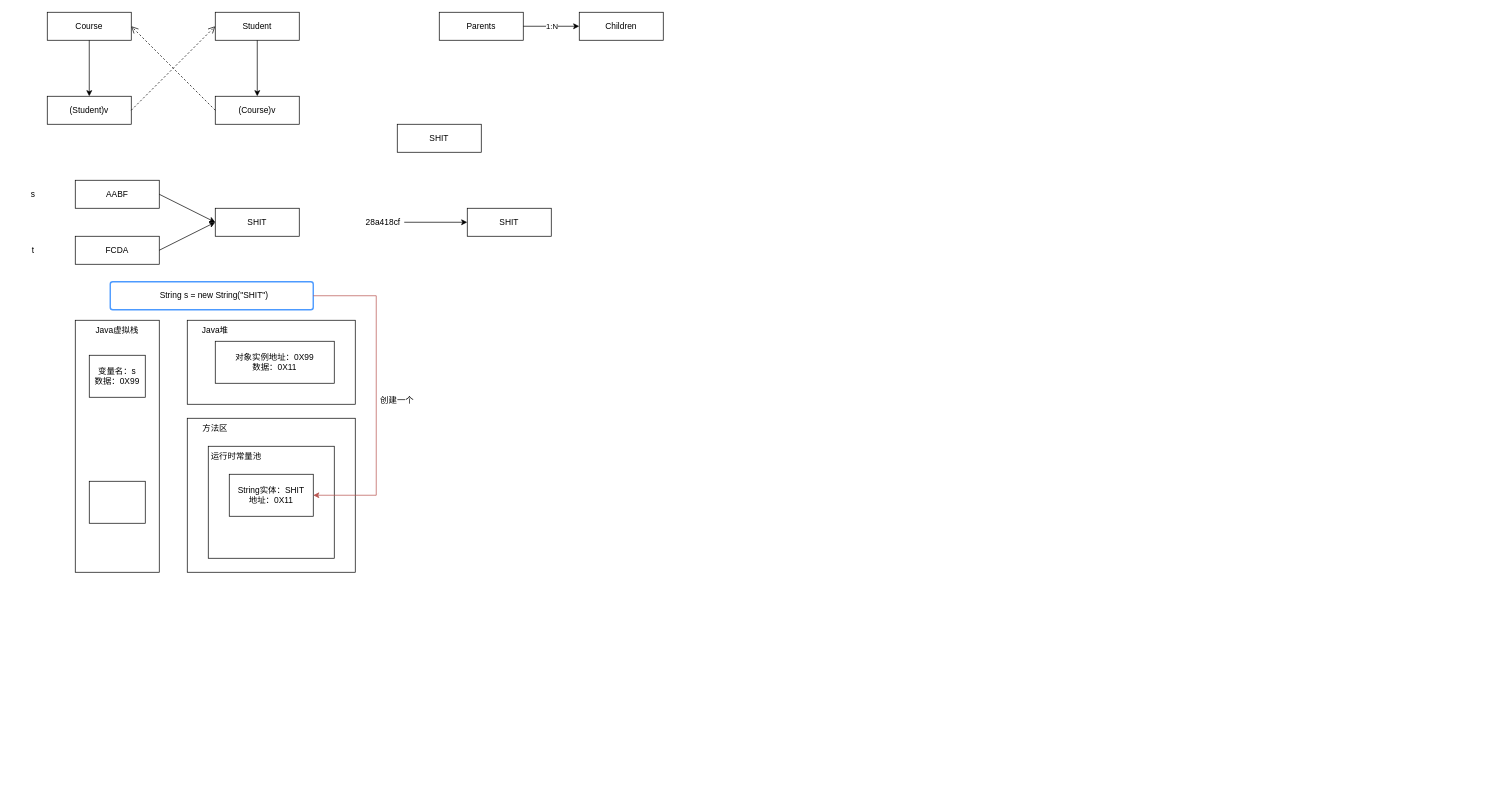
minhuomin/minhuomin.github keeps this draw.io diagram as DatabaseModel.drawio. Above is the earlier version. Source tidied: cells renumbered, new cells numbered last; positions are measured from the earlier drawing's top-left corner, leaving out a move shared by most shapes. Both pictures are drawn from the tidied source at 70%, with x=0, y=0 at pixel (12, 12).
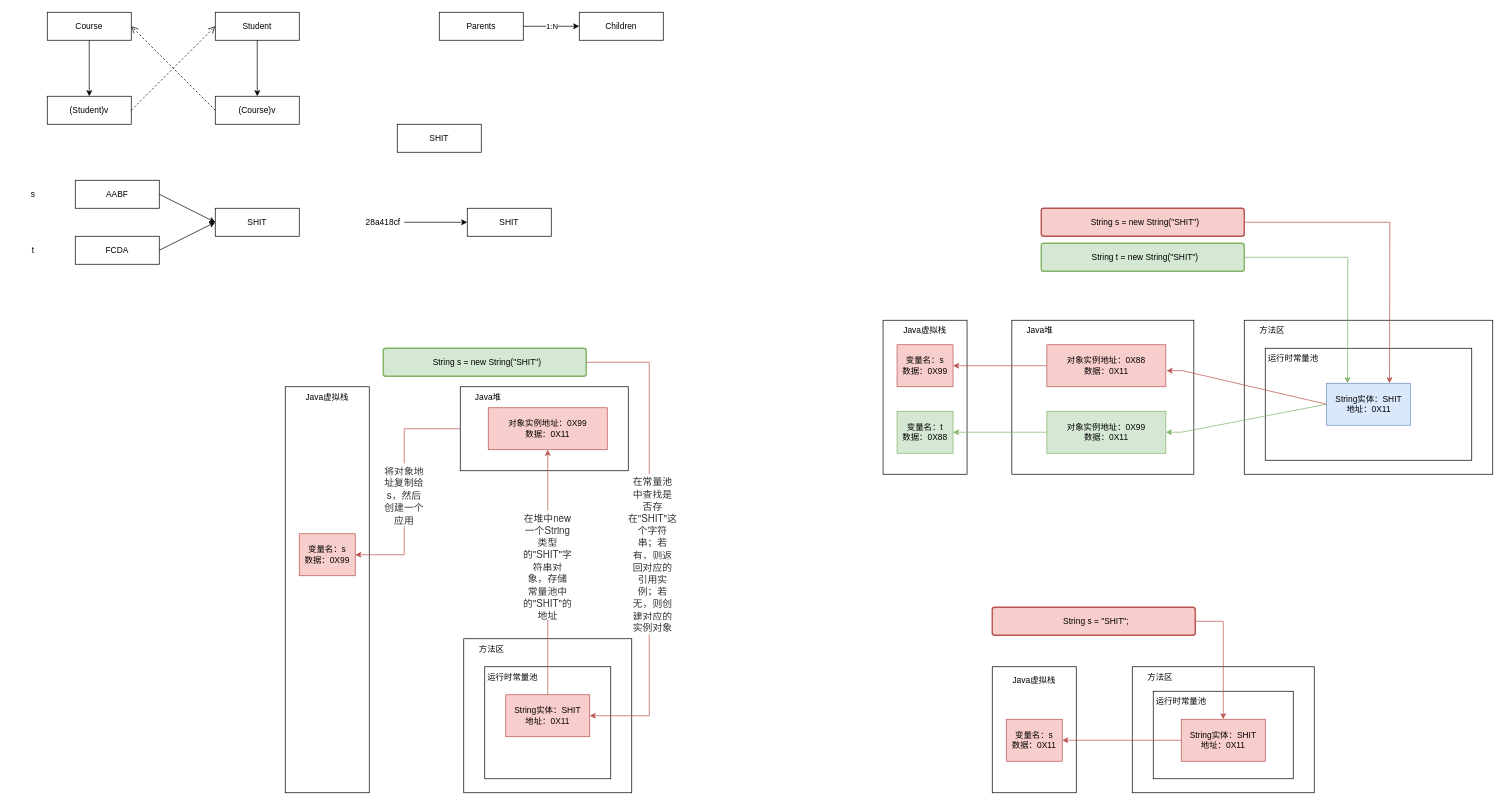
After the change.

Diff of the diagram source:
```diff
@@
     <mxCell id="25" style="rounded=0;whiteSpace=wrap;html=1;" parent="1" vertex="1">
-      <mxGeometry x="90" y="440" width="120" height="360" as="geometry" />
+      <mxGeometry x="390" y="535" width="120" height="580" as="geometry" />
     </mxCell>
     <mxCell id="26" value="Java虚拟栈" style="text;html=1;strokeColor=none;fillColor=none;align=center;verticalAlign=middle;whiteSpace=wrap;rounded=0;" parent="1" vertex="1">
-      <mxGeometry x="110" y="440" width="80" height="30" as="geometry" />
+      <mxGeometry x="410" y="535" width="80" height="30" as="geometry" />
     </mxCell>
     <mxCell id="27" style="rounded=0;whiteSpace=wrap;html=1;" parent="1" vertex="1">
-      <mxGeometry x="250" y="440" width="240" height="120" as="geometry" />
+      <mxGeometry x="640" y="535" width="240" height="120" as="geometry" />
     </mxCell>
     <mxCell id="28" style="rounded=0;whiteSpace=wrap;html=1;" parent="1" vertex="1">
-      <mxGeometry x="250" y="580" width="240" height="220" as="geometry" />
+      <mxGeometry x="645" y="895" width="240" height="220" as="geometry" />
     </mxCell>
     <mxCell id="29" value="Java堆" style="text;html=1;strokeColor=none;fillColor=none;align=center;verticalAlign=middle;whiteSpace=wrap;rounded=0;" parent="1" vertex="1">
-      <mxGeometry x="250" y="440" width="80" height="30" as="geometry" />
+      <mxGeometry x="640" y="535" width="80" height="30" as="geometry" />
     </mxCell>
     <mxCell id="30" value="方法区" style="text;html=1;strokeColor=none;fillColor=none;align=center;verticalAlign=middle;whiteSpace=wrap;rounded=0;" parent="1" vertex="1">
-      <mxGeometry x="250" y="580" width="80" height="30" as="geometry" />
+      <mxGeometry x="645" y="895" width="80" height="30" as="geometry" />
     </mxCell>
     <mxCell id="31" style="rounded=0;whiteSpace=wrap;html=1;" parent="1" vertex="1">
-      <mxGeometry x="280" y="620" width="180" height="160" as="geometry" />
+      <mxGeometry x="675" y="935" width="180" height="160" as="geometry" />
     </mxCell>
     <mxCell id="32" value="运行时常量池" style="text;html=1;strokeColor=none;fillColor=none;align=center;verticalAlign=middle;whiteSpace=wrap;rounded=0;" parent="1" vertex="1">
-      <mxGeometry x="280" y="620" width="80" height="30" as="geometry" />
+      <mxGeometry x="675" y="935" width="80" height="30" as="geometry" />
     </mxCell>
-    <mxCell id="33" style="rounded=0;whiteSpace=wrap;html=1;" parent="1" vertex="1">
-      <mxGeometry x="110" y="670" width="80" height="60" as="geometry" />
-    </mxCell>
-    <mxCell id="34" value="变量名：s&lt;br&gt;数据：0X99" style="rounded=0;whiteSpace=wrap;html=1;" parent="1" vertex="1">
-      <mxGeometry x="110" y="490" width="80" height="60" as="geometry" />
+    <mxCell id="34" value="变量名：s&lt;br&gt;数据：0X99" style="rounded=0;whiteSpace=wrap;html=1;fillColor=#f8cecc;strokeColor=#b85450;" parent="1" vertex="1">
+      <mxGeometry x="410" y="745" width="80" height="60" as="geometry" />
     </mxCell>
-    <mxCell id="35" value="对象实例地址：0X99&lt;br&gt;数据：0X11" style="rounded=0;whiteSpace=wrap;html=1;" parent="1" vertex="1">
-      <mxGeometry x="290" y="470" width="170" height="60" as="geometry" />
+    <mxCell id="35" value="对象实例地址：0X99&lt;br&gt;数据：0X11" style="rounded=0;whiteSpace=wrap;html=1;fillColor=#f8cecc;strokeColor=#b85450;" parent="1" vertex="1">
+      <mxGeometry x="680" y="565" width="170" height="60" as="geometry" />
     </mxCell>
-    <mxCell id="36" value="String实体：SHIT&lt;br&gt;地址：0X11" style="rounded=0;whiteSpace=wrap;html=1;" parent="1" vertex="1">
-      <mxGeometry x="310" y="660" width="120" height="60" as="geometry" />
+    <mxCell id="36" value="String实体：SHIT&lt;br&gt;地址：0X11" style="rounded=0;whiteSpace=wrap;html=1;fillColor=#f8cecc;strokeColor=#b85450;" parent="1" vertex="1">
+      <mxGeometry x="705" y="975" width="120" height="60" as="geometry" />
     </mxCell>
-    <mxCell id="37" value="String s = new String(&quot;SHIT&quot;)" style="rounded=1;arcSize=9;align=center;spacingLeft=5;strokeColor=#4C9AFF;html=1;strokeWidth=2;fontSize=12;" parent="1" vertex="1">
-      <mxGeometry x="140" y="385" width="290" height="40" as="geometry" />
+    <mxCell id="37" value="String s = new String(&quot;SHIT&quot;)" style="rounded=1;arcSize=9;align=center;spacingLeft=5;strokeColor=#82b366;html=1;strokeWidth=2;fontSize=12;fillColor=#d5e8d4;" parent="1" vertex="1">
+      <mxGeometry x="530" y="480" width="290" height="40" as="geometry" />
     </mxCell>
     <mxCell id="38" style="endArrow=classic;html=1;rounded=0;exitX=1;exitY=0.5;exitDx=0;exitDy=0;entryX=1;entryY=0.5;entryDx=0;entryDy=0;fillColor=#f8cecc;strokeColor=#B85450;" parent="1" edge="1" source="37" target="36">
       <mxGeometry relative="1" as="geometry">
         <Array as="points">
-          <mxPoint x="520" y="405" />
-          <mxPoint x="520" y="690" />
+          <mxPoint x="910" y="500" />
+          <mxPoint x="910" y="1005" />
         </Array>
       </mxGeometry>
     </mxCell>
-    <mxCell id="39" value="创建一个" style="text;html=1;strokeColor=none;fillColor=none;align=center;verticalAlign=middle;whiteSpace=wrap;rounded=0;" parent="1" vertex="1">
-      <mxGeometry x="520" y="540" width="60" height="30" as="geometry" />
+    <mxCell id="39" value="&lt;span style=&quot;color: rgb(51, 51, 51); font-family: &amp;quot;PingFang SC&amp;quot;, &amp;quot;Microsoft YaHei&amp;quot;, &amp;quot;Helvetica Neue&amp;quot;, Helvetica, Arial, sans-serif; font-size: 14px; text-align: left; background-color: rgb(255, 255, 255);&quot;&gt;在常量池中查找是否存在&quot;SHIT&quot;这个字符串；若有，则返回对应的引用实例；若无，则创建对应的实例对象&lt;/span&gt;" style="text;html=1;strokeColor=none;fillColor=none;align=center;verticalAlign=middle;whiteSpace=wrap;rounded=0;" parent="1" vertex="1">
+      <mxGeometry x="880" y="745" width="70" height="60" as="geometry" />
     </mxCell>
+    <mxCell id="40" style="endArrow=classic;html=1;rounded=0;exitX=0.5;exitY=0;exitDx=0;exitDy=0;entryX=0.5;entryY=1;entryDx=0;entryDy=0;fillColor=#f8cecc;strokeColor=#b85450;startArrow=none;" parent="1" edge="1" source="41" target="35">
+      <mxGeometry relative="1" as="geometry" />
+    </mxCell>
+    <mxCell id="41" value="&lt;span style=&quot;color: rgb(51, 51, 51); font-family: &amp;quot;PingFang SC&amp;quot;, &amp;quot;Microsoft YaHei&amp;quot;, &amp;quot;Helvetica Neue&amp;quot;, Helvetica, Arial, sans-serif; font-size: 14px; text-align: left; background-color: rgb(255, 255, 255);&quot;&gt;在堆中new一个String类型的&quot;SHIT&quot;字符串对象，存储常量池中的&quot;SHIT&quot;的地址&lt;/span&gt;" style="text;html=1;strokeColor=none;fillColor=none;align=center;verticalAlign=middle;whiteSpace=wrap;rounded=0;" parent="1" vertex="1">
+      <mxGeometry x="735" y="715" width="60" height="153" as="geometry" />
+    </mxCell>
+    <mxCell id="42" style="endArrow=none;html=1;rounded=0;exitX=0.5;exitY=0;exitDx=0;exitDy=0;entryX=0.5;entryY=1;entryDx=0;entryDy=0;fillColor=#f8cecc;strokeColor=#b85450;" parent="1" edge="1" source="36" target="41">
+      <mxGeometry relative="1" as="geometry" />
+    </mxCell>
+    <mxCell id="43" style="endArrow=classic;html=1;rounded=0;exitX=0;exitY=0.5;exitDx=0;exitDy=0;entryX=1;entryY=0.5;entryDx=0;entryDy=0;fillColor=#f8cecc;strokeColor=#b85450;" parent="1" edge="1" source="27" target="34">
+      <mxGeometry relative="1" as="geometry">
+        <Array as="points">
+          <mxPoint x="560" y="595" />
+          <mxPoint x="560" y="775" />
+        </Array>
+      </mxGeometry>
+    </mxCell>
+    <mxCell id="44" value="&lt;span style=&quot;color: rgb(51, 51, 51); font-family: &amp;quot;PingFang SC&amp;quot;, &amp;quot;Microsoft YaHei&amp;quot;, &amp;quot;Helvetica Neue&amp;quot;, Helvetica, Arial, sans-serif; font-size: 14px; text-align: left; background-color: rgb(255, 255, 255);&quot;&gt;将对象地址复制给s，然后创建一个应用&lt;/span&gt;" style="text;html=1;strokeColor=none;fillColor=none;align=center;verticalAlign=middle;whiteSpace=wrap;rounded=0;" parent="1" vertex="1">
+      <mxGeometry x="530" y="675" width="60" height="30" as="geometry" />
+    </mxCell>
+    <mxCell id="45" style="rounded=0;whiteSpace=wrap;html=1;" parent="1" vertex="1">
+      <mxGeometry x="1244" y="440" width="120" height="220" as="geometry" />
+    </mxCell>
+    <mxCell id="46" value="Java虚拟栈" style="text;html=1;strokeColor=none;fillColor=none;align=center;verticalAlign=middle;whiteSpace=wrap;rounded=0;" parent="1" vertex="1">
+      <mxGeometry x="1264" y="440" width="80" height="30" as="geometry" />
+    </mxCell>
+    <mxCell id="47" style="rounded=0;whiteSpace=wrap;html=1;" parent="1" vertex="1">
+      <mxGeometry x="1428" y="440" width="260" height="220" as="geometry" />
+    </mxCell>
+    <mxCell id="48" style="rounded=0;whiteSpace=wrap;html=1;" parent="1" vertex="1">
+      <mxGeometry x="1760" y="440" width="355" height="220" as="geometry" />
+    </mxCell>
+    <mxCell id="49" value="Java堆" style="text;html=1;strokeColor=none;fillColor=none;align=center;verticalAlign=middle;whiteSpace=wrap;rounded=0;" parent="1" vertex="1">
+      <mxGeometry x="1428" y="440" width="80" height="30" as="geometry" />
+    </mxCell>
+    <mxCell id="50" value="方法区" style="text;html=1;strokeColor=none;fillColor=none;align=center;verticalAlign=middle;whiteSpace=wrap;rounded=0;" parent="1" vertex="1">
+      <mxGeometry x="1760" y="440" width="80" height="30" as="geometry" />
+    </mxCell>
+    <mxCell id="51" style="rounded=0;whiteSpace=wrap;html=1;" parent="1" vertex="1">
+      <mxGeometry x="1790" y="480" width="295" height="160" as="geometry" />
+    </mxCell>
+    <mxCell id="52" value="运行时常量池" style="text;html=1;strokeColor=none;fillColor=none;align=center;verticalAlign=middle;whiteSpace=wrap;rounded=0;" parent="1" vertex="1">
+      <mxGeometry x="1790" y="480" width="80" height="30" as="geometry" />
+    </mxCell>
+    <mxCell id="53" value="变量名：s&lt;br&gt;数据：0X99" style="rounded=0;whiteSpace=wrap;html=1;fillColor=#f8cecc;strokeColor=#b85450;" parent="1" vertex="1">
+      <mxGeometry x="1264" y="475" width="80" height="60" as="geometry" />
+    </mxCell>
+    <mxCell id="54" value="对象实例地址：0X99&lt;br&gt;数据：0X11" style="rounded=0;whiteSpace=wrap;html=1;fillColor=#d5e8d4;strokeColor=#82b366;" parent="1" vertex="1">
+      <mxGeometry x="1478" y="570" width="170" height="60" as="geometry" />
+    </mxCell>
+    <mxCell id="55" value="String实体：SHIT&lt;br&gt;地址：0X11" style="rounded=0;whiteSpace=wrap;html=1;fillColor=#dae8fc;strokeColor=#6c8ebf;" parent="1" vertex="1">
+      <mxGeometry x="1877.5" y="530" width="120" height="60" as="geometry" />
+    </mxCell>
+    <mxCell id="56" value="String s = new String(&quot;SHIT&quot;)" style="rounded=1;arcSize=9;align=center;spacingLeft=5;strokeColor=#b85450;html=1;strokeWidth=2;fontSize=12;fillColor=#f8cecc;" parent="1" vertex="1">
+      <mxGeometry x="1470" y="280" width="290" height="40" as="geometry" />
+    </mxCell>
+    <mxCell id="57" style="endArrow=classic;html=1;rounded=0;entryX=1;entryY=0.5;entryDx=0;entryDy=0;fillColor=#d5e8d4;strokeColor=#82b366;startArrow=none;exitX=0;exitY=0.5;exitDx=0;exitDy=0;" parent="1" edge="1" source="55" target="54">
+      <mxGeometry relative="1" as="geometry">
+        <Array as="points">
+          <mxPoint x="1670" y="600" />
+        </Array>
+      </mxGeometry>
+    </mxCell>
+    <mxCell id="58" value="对象实例地址：0X88&lt;br&gt;数据：0X11" style="rounded=0;whiteSpace=wrap;html=1;fillColor=#f8cecc;strokeColor=#b85450;" parent="1" vertex="1">
+      <mxGeometry x="1478" y="475" width="170" height="60" as="geometry" />
+    </mxCell>
+    <mxCell id="59" style="endArrow=classic;html=1;rounded=0;entryX=1.006;entryY=0.617;entryDx=0;entryDy=0;fillColor=#f8cecc;strokeColor=#b85450;startArrow=none;exitX=0;exitY=0.5;exitDx=0;exitDy=0;entryPerimeter=0;" parent="1" edge="1" source="55" target="58">
+      <mxGeometry relative="1" as="geometry">
+        <Array as="points">
+          <mxPoint x="1672" y="512" />
+        </Array>
+      </mxGeometry>
+    </mxCell>
+    <mxCell id="60" value="变量名：t&lt;br&gt;数据：0X88" style="rounded=0;whiteSpace=wrap;html=1;fillColor=#d5e8d4;strokeColor=#82b366;" parent="1" vertex="1">
+      <mxGeometry x="1264" y="570" width="80" height="60" as="geometry" />
+    </mxCell>
+    <mxCell id="61" style="endArrow=classic;html=1;rounded=0;exitX=0;exitY=0.5;exitDx=0;exitDy=0;entryX=1;entryY=0.5;entryDx=0;entryDy=0;fillColor=#f8cecc;strokeColor=#b85450;" parent="1" edge="1" source="58" target="53">
+      <mxGeometry relative="1" as="geometry" />
+    </mxCell>
+    <mxCell id="62" style="endArrow=classic;html=1;rounded=0;exitX=0;exitY=0.5;exitDx=0;exitDy=0;entryX=1;entryY=0.5;entryDx=0;entryDy=0;fillColor=#d5e8d4;strokeColor=#82b366;" parent="1" edge="1" source="54" target="60">
+      <mxGeometry relative="1" as="geometry" />
+    </mxCell>
+    <mxCell id="63" value="String t = new String(&quot;SHIT&quot;)" style="rounded=1;arcSize=9;align=center;spacingLeft=5;strokeColor=#82b366;html=1;strokeWidth=2;fontSize=12;fillColor=#d5e8d4;" parent="1" vertex="1">
+      <mxGeometry x="1470" y="330" width="290" height="40" as="geometry" />
+    </mxCell>
+    <mxCell id="64" style="endArrow=classic;html=1;rounded=0;exitX=1;exitY=0.5;exitDx=0;exitDy=0;entryX=0.25;entryY=0;entryDx=0;entryDy=0;fillColor=#d5e8d4;strokeColor=#82b366;" parent="1" edge="1" source="63" target="55">
+      <mxGeometry relative="1" as="geometry">
+        <Array as="points">
+          <mxPoint x="1908" y="350" />
+        </Array>
+      </mxGeometry>
+    </mxCell>
+    <mxCell id="65" style="endArrow=classic;html=1;rounded=0;entryX=0.75;entryY=0;entryDx=0;entryDy=0;exitX=1;exitY=0.5;exitDx=0;exitDy=0;fillColor=#f8cecc;strokeColor=#b85450;" parent="1" edge="1" source="56" target="55">
+      <mxGeometry relative="1" as="geometry">
+        <Array as="points">
+          <mxPoint x="1968" y="300" />
+        </Array>
+      </mxGeometry>
+    </mxCell>
+    <mxCell id="66" style="rounded=0;whiteSpace=wrap;html=1;" parent="1" vertex="1">
+      <mxGeometry x="1400" y="935" width="120" height="180" as="geometry" />
+    </mxCell>
+    <mxCell id="67" value="Java虚拟栈" style="text;html=1;strokeColor=none;fillColor=none;align=center;verticalAlign=middle;whiteSpace=wrap;rounded=0;" parent="1" vertex="1">
+      <mxGeometry x="1420" y="940" width="80" height="30" as="geometry" />
+    </mxCell>
+    <mxCell id="68" style="rounded=0;whiteSpace=wrap;html=1;" parent="1" vertex="1">
+      <mxGeometry x="1600" y="935" width="260" height="180" as="geometry" />
+    </mxCell>
+    <mxCell id="69" value="方法区" style="text;html=1;strokeColor=none;fillColor=none;align=center;verticalAlign=middle;whiteSpace=wrap;rounded=0;" parent="1" vertex="1">
+      <mxGeometry x="1600" y="935" width="80" height="30" as="geometry" />
+    </mxCell>
+    <mxCell id="70" style="rounded=0;whiteSpace=wrap;html=1;" parent="1" vertex="1">
+      <mxGeometry x="1630" y="970" width="200" height="125" as="geometry" />
+    </mxCell>
+    <mxCell id="71" value="运行时常量池" style="text;html=1;strokeColor=none;fillColor=none;align=center;verticalAlign=middle;whiteSpace=wrap;rounded=0;" parent="1" vertex="1">
+      <mxGeometry x="1630" y="970" width="80" height="30" as="geometry" />
+    </mxCell>
+    <mxCell id="72" value="变量名：s&lt;br&gt;数据：0X11" style="rounded=0;whiteSpace=wrap;html=1;fillColor=#f8cecc;strokeColor=#b85450;" parent="1" vertex="1">
+      <mxGeometry x="1420" y="1010" width="80" height="60" as="geometry" />
+    </mxCell>
+    <mxCell id="73" value="String实体：SHIT&lt;br&gt;地址：0X11" style="rounded=0;whiteSpace=wrap;html=1;fillColor=#f8cecc;strokeColor=#b85450;" parent="1" vertex="1">
+      <mxGeometry x="1670" y="1010" width="120" height="60" as="geometry" />
+    </mxCell>
+    <mxCell id="74" value="String s = &quot;SHIT&quot;;" style="rounded=1;arcSize=9;align=center;spacingLeft=5;strokeColor=#b85450;html=1;strokeWidth=2;fontSize=12;fillColor=#f8cecc;" parent="1" vertex="1">
+      <mxGeometry x="1400" y="850" width="290" height="40" as="geometry" />
+    </mxCell>
+    <mxCell id="75" style="endArrow=classic;html=1;rounded=0;exitX=1;exitY=0.5;exitDx=0;exitDy=0;entryX=0.5;entryY=0;entryDx=0;entryDy=0;fillColor=#f8cecc;strokeColor=#b85450;" parent="1" edge="1" source="74" target="73">
+      <mxGeometry relative="1" as="geometry">
+        <Array as="points">
+          <mxPoint x="1730" y="870" />
+        </Array>
+      </mxGeometry>
+    </mxCell>
+    <mxCell id="76" style="endArrow=classic;html=1;rounded=0;exitX=0;exitY=0.5;exitDx=0;exitDy=0;entryX=1;entryY=0.5;entryDx=0;entryDy=0;fillColor=#f8cecc;strokeColor=#b85450;" parent="1" edge="1" source="73" target="72">
+      <mxGeometry relative="1" as="geometry" />
+    </mxCell>
```
